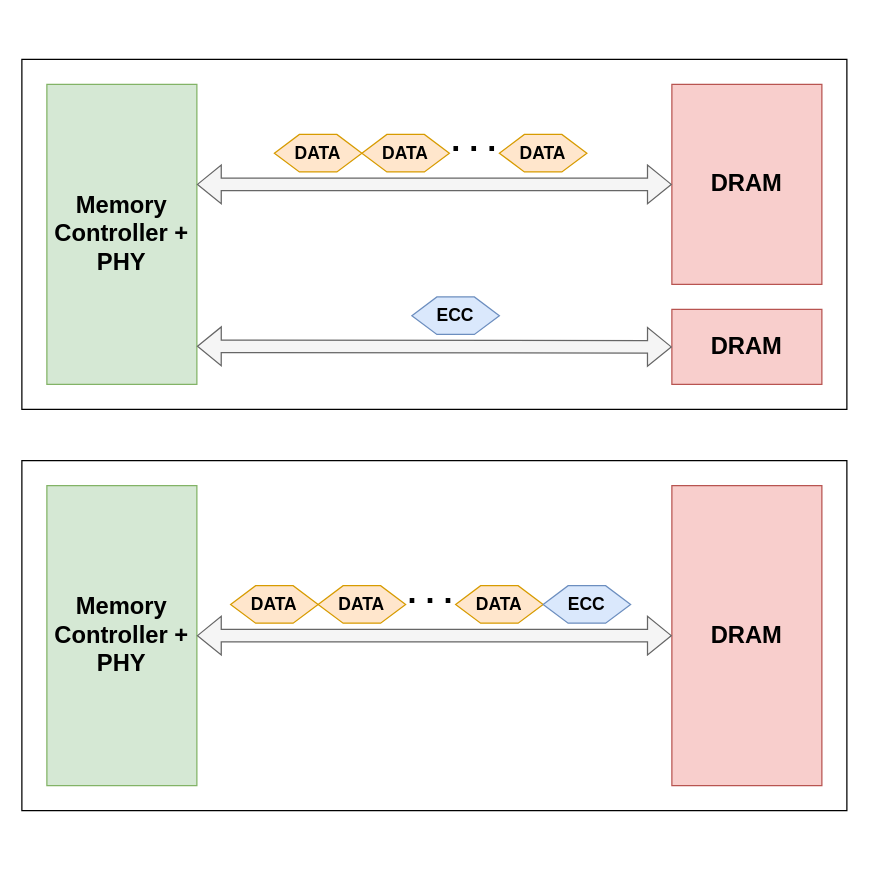
Earlier version of the draw.io diagram docs/images/ecc/inlinesidebankecc.drawio (shingaridavesh/memoryandarchitecture). Source tidied: cells renumbered, new cells numbered last; positions are measured from the earlier drawing's top-left corner, leaving out a move shared by most shapes. Both pictures are drawn from the tidied source at 125%, with x=0, y=0 at pixel (21, 59).
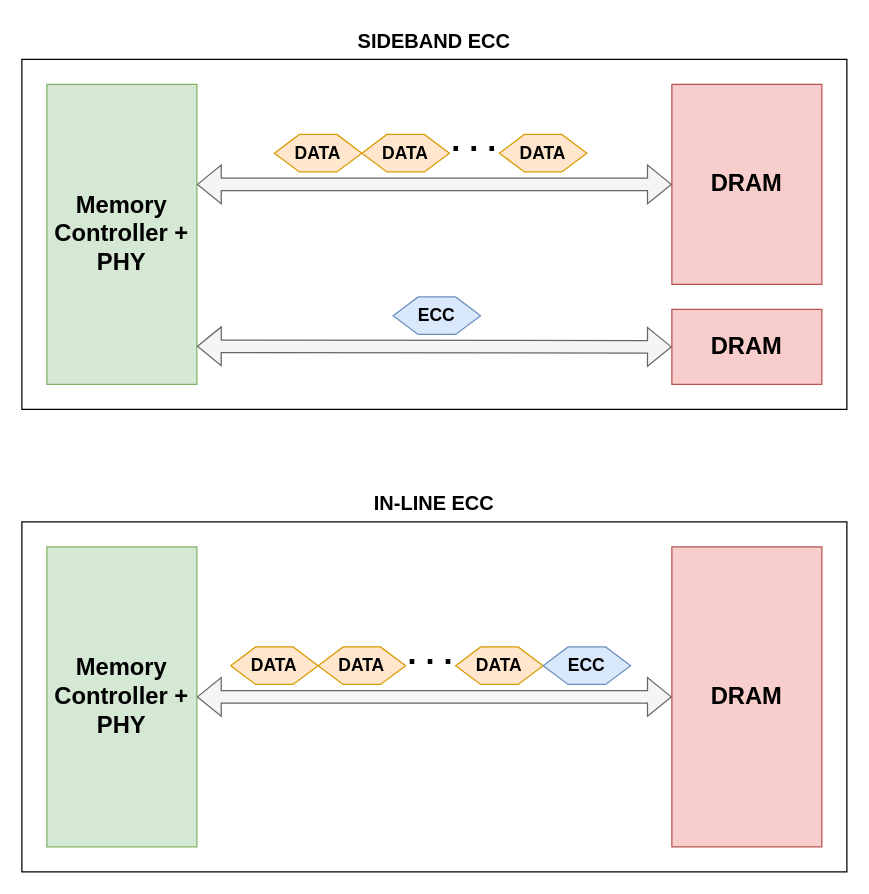
After the change.

The edit, as a diff of the source:
```diff
@@
     <mxCell id="2" style="rounded=0;whiteSpace=wrap;html=1;" parent="1" vertex="1">
-      <mxGeometry y="321" width="660" height="280" as="geometry" />
+      <mxGeometry y="370" width="660" height="280" as="geometry" />
     </mxCell>
@@
     <mxCell id="13" value="ECC" style="shape=hexagon;perimeter=hexagonPerimeter2;whiteSpace=wrap;html=1;fixedSize=1;fillColor=#dae8fc;strokeColor=#6c8ebf;fontSize=14;fontStyle=1;" parent="1" vertex="1">
-      <mxGeometry x="312" y="190" width="70" height="30" as="geometry" />
+      <mxGeometry x="297" y="190" width="70" height="30" as="geometry" />
     </mxCell>
     <mxCell id="14" value="Memory Controller + PHY" style="rounded=0;whiteSpace=wrap;html=1;fillColor=#d5e8d4;strokeColor=#82b366;fontSize=19;fontStyle=1;" parent="1" vertex="1">
-      <mxGeometry x="20" y="341" width="120" height="240" as="geometry" />
+      <mxGeometry x="20" y="390" width="120" height="240" as="geometry" />
     </mxCell>
     <mxCell id="15" value="DRAM" style="rounded=0;whiteSpace=wrap;html=1;fillColor=#f8cecc;strokeColor=#b85450;fontSize=19;fontStyle=1;" parent="1" vertex="1">
-      <mxGeometry x="520" y="341" width="120" height="240" as="geometry" />
+      <mxGeometry x="520" y="390" width="120" height="240" as="geometry" />
     </mxCell>
@@
     <mxCell id="17" value="DATA" style="shape=hexagon;perimeter=hexagonPerimeter2;whiteSpace=wrap;html=1;fixedSize=1;fillColor=#ffe6cc;strokeColor=#d79b00;fontSize=14;fontStyle=1;" parent="1" vertex="1">
-      <mxGeometry x="167" y="421" width="70" height="30" as="geometry" />
+      <mxGeometry x="167" y="470" width="70" height="30" as="geometry" />
     </mxCell>
     <mxCell id="18" value="DATA" style="shape=hexagon;perimeter=hexagonPerimeter2;whiteSpace=wrap;html=1;fixedSize=1;fillColor=#ffe6cc;strokeColor=#d79b00;fontSize=14;fontStyle=1;" parent="1" vertex="1">
-      <mxGeometry x="237" y="421" width="70" height="30" as="geometry" />
+      <mxGeometry x="237" y="470" width="70" height="30" as="geometry" />
     </mxCell>
     <mxCell id="19" value="DATA" style="shape=hexagon;perimeter=hexagonPerimeter2;whiteSpace=wrap;html=1;fixedSize=1;fillColor=#ffe6cc;strokeColor=#d79b00;fontSize=14;fontStyle=1;" parent="1" vertex="1">
-      <mxGeometry x="347" y="421" width="70" height="30" as="geometry" />
+      <mxGeometry x="347" y="470" width="70" height="30" as="geometry" />
     </mxCell>
     <mxCell id="20" value=". . ." style="text;html=1;align=center;verticalAlign=middle;whiteSpace=wrap;rounded=0;fontSize=26;fontStyle=1;" parent="1" vertex="1">
-      <mxGeometry x="297" y="411" width="60" height="30" as="geometry" />
+      <mxGeometry x="297" y="460" width="60" height="30" as="geometry" />
     </mxCell>
     <mxCell id="21" value="ECC" style="shape=hexagon;perimeter=hexagonPerimeter2;whiteSpace=wrap;html=1;fixedSize=1;fillColor=#dae8fc;strokeColor=#6c8ebf;fontSize=14;fontStyle=1;" parent="1" vertex="1">
-      <mxGeometry x="417" y="421" width="70" height="30" as="geometry" />
+      <mxGeometry x="417" y="470" width="70" height="30" as="geometry" />
     </mxCell>
+    <mxCell id="22" value="&lt;font size=&quot;1&quot; style=&quot;&quot;&gt;&lt;b style=&quot;font-size: 16px;&quot;&gt;SIDEBAND ECC&lt;/b&gt;&lt;/font&gt;" style="text;html=1;align=center;verticalAlign=middle;whiteSpace=wrap;rounded=0;" parent="1" vertex="1">
+      <mxGeometry y="-30" width="660" height="30" as="geometry" />
+    </mxCell>
+    <mxCell id="23" value="&lt;font size=&quot;1&quot; style=&quot;&quot;&gt;&lt;b style=&quot;font-size: 16px;&quot;&gt;IN-LINE ECC&lt;/b&gt;&lt;/font&gt;" style="text;html=1;align=center;verticalAlign=middle;whiteSpace=wrap;rounded=0;" parent="1" vertex="1">
+      <mxGeometry y="340" width="660" height="30" as="geometry" />
+    </mxCell>
```
